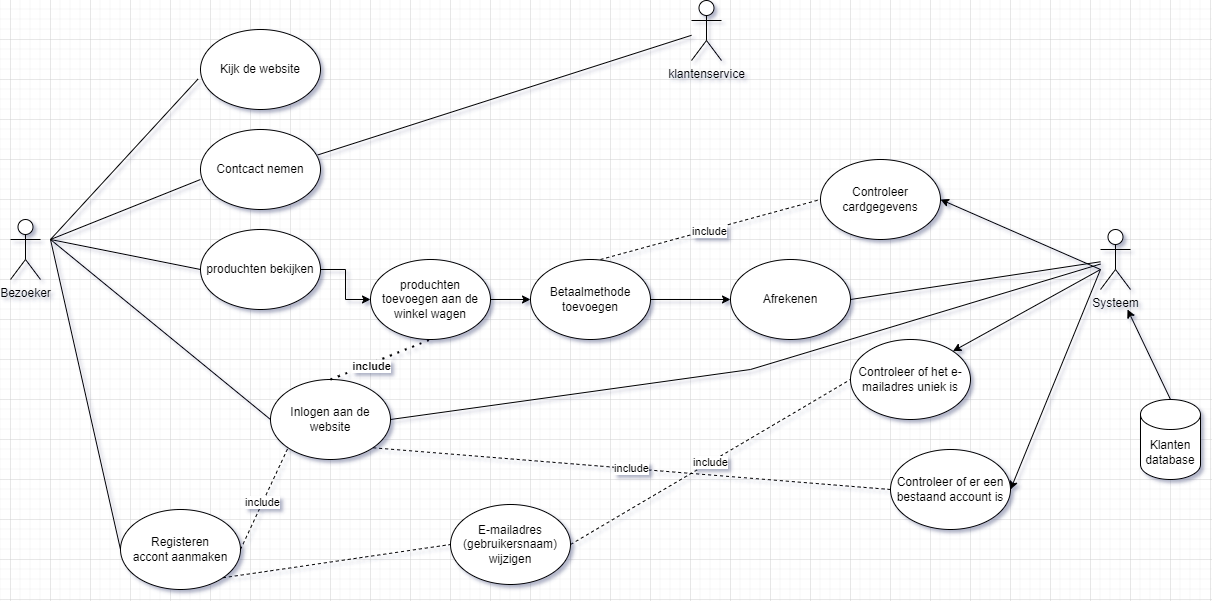
The draw.io diagram Documentation/Diagrammen/Usecasediagrammen.png in WhatABeatifulDuwang/UNeedIT, before a commit. Source tidied: cells renumbered, new cells last; positions are measured from the earlier drawing's top-left corner, leaving out a move shared by most shapes. The source it was exported from:
```xml
<mxGraphModel>
  <root>
    <mxCell id="0" />
    <mxCell id="1" parent="0" />
    <mxCell id="2" value="Bezoeker" style="shape=umlActor;verticalLabelPosition=bottom;verticalAlign=top;html=1;" parent="1" vertex="1">
      <mxGeometry y="219" width="30" height="60" as="geometry" />
    </mxCell>
    <mxCell id="3" value="Inlogen aan de website" style="ellipse;whiteSpace=wrap;html=1;" parent="1" vertex="1">
      <mxGeometry x="260" y="379" width="120" height="80" as="geometry" />
    </mxCell>
    <mxCell id="4" style="edgeStyle=orthogonalEdgeStyle;rounded=0;jettySize=auto;html=1;entryX=0;entryY=0.5;entryDx=0;entryDy=0;" parent="1" edge="1" source="32" target="15">
      <mxGeometry relative="1" as="geometry" />
    </mxCell>
    <mxCell id="5" value="produchten toevoegen aan de winkel wagen" style="ellipse;whiteSpace=wrap;html=1;" parent="1" vertex="1">
      <mxGeometry x="360" y="259" width="120" height="80" as="geometry" />
    </mxCell>
    <mxCell id="6" value="Contcact nemen" style="ellipse;whiteSpace=wrap;html=1;" parent="1" vertex="1">
      <mxGeometry x="190" y="129" width="120" height="80" as="geometry" />
    </mxCell>
    <mxCell id="7" value="Kijk de website" style="ellipse;whiteSpace=wrap;html=1;" parent="1" vertex="1">
      <mxGeometry x="190" y="29" width="120" height="80" as="geometry" />
    </mxCell>
    <mxCell id="8" style="endArrow=none;html=1;rounded=0;entryX=-0.02;entryY=0.618;entryDx=0;entryDy=0;entryPerimeter=0;" parent="1" edge="1" target="7">
      <mxGeometry relative="1" as="geometry">
        <mxPoint x="40" y="239" as="sourcePoint" />
      </mxGeometry>
    </mxCell>
    <mxCell id="9" style="endArrow=none;html=1;rounded=0;" parent="1" edge="1">
      <mxGeometry relative="1" as="geometry">
        <mxPoint x="40" y="239" as="sourcePoint" />
        <mxPoint x="190" y="179" as="targetPoint" />
      </mxGeometry>
    </mxCell>
    <mxCell id="10" value="klantenservice" style="shape=umlActor;verticalLabelPosition=bottom;verticalAlign=top;html=1;outlineConnect=0;" parent="1" vertex="1">
      <mxGeometry x="681" width="30" height="60" as="geometry" />
    </mxCell>
    <mxCell id="11" style="endArrow=none;html=1;rounded=0;exitX=0.977;exitY=0.318;exitDx=0;exitDy=0;exitPerimeter=0;" parent="1" edge="1" source="6" target="10">
      <mxGeometry relative="1" as="geometry" />
    </mxCell>
    <mxCell id="12" style="edgeStyle=orthogonalEdgeStyle;rounded=0;jettySize=auto;html=1;exitX=1;exitY=0.5;exitDx=0;exitDy=0;entryX=0;entryY=0.5;entryDx=0;entryDy=0;" parent="1" edge="1" source="13" target="5">
      <mxGeometry relative="1" as="geometry" />
    </mxCell>
    <mxCell id="13" value="produchten bekijken" style="ellipse;whiteSpace=wrap;html=1;" parent="1" vertex="1">
      <mxGeometry x="190" y="229" width="120" height="80" as="geometry" />
    </mxCell>
    <mxCell id="14" style="endArrow=none;html=1;rounded=0;entryX=0;entryY=0.5;entryDx=0;entryDy=0;" parent="1" edge="1" target="13">
      <mxGeometry relative="1" as="geometry">
        <mxPoint x="40" y="239" as="sourcePoint" />
      </mxGeometry>
    </mxCell>
    <mxCell id="15" value="Afrekenen" style="ellipse;whiteSpace=wrap;html=1;" parent="1" vertex="1">
      <mxGeometry x="720" y="259" width="120" height="80" as="geometry" />
    </mxCell>
    <mxCell id="16" style="endArrow=none;dashed=1;html=1;dashPattern=1 3;strokeWidth=2;rounded=0;exitX=0.5;exitY=0;exitDx=0;exitDy=0;entryX=0.5;entryY=1;entryDx=0;entryDy=0;" parent="1" edge="1" source="3" target="5">
      <mxGeometry relative="1" as="geometry" />
    </mxCell>
    <mxCell id="17" value="&lt;b&gt;include&lt;/b&gt;" style="edgeLabel;html=1;align=center;verticalAlign=middle;" parent="16" vertex="1">
      <mxGeometry x="-0.24" y="-2" relative="1" as="geometry" />
    </mxCell>
    <mxCell id="18" style="endArrow=none;html=1;rounded=0;exitX=0;exitY=0.5;exitDx=0;exitDy=0;" parent="1" edge="1" source="3">
      <mxGeometry relative="1" as="geometry">
        <mxPoint x="40" y="239" as="targetPoint" />
      </mxGeometry>
    </mxCell>
    <mxCell id="19" value="Registeren&lt;div&gt;accont aanmaken&lt;/div&gt;" style="ellipse;whiteSpace=wrap;html=1;" parent="1" vertex="1">
      <mxGeometry x="110" y="509" width="120" height="80" as="geometry" />
    </mxCell>
    <mxCell id="20" value="Controleer cardgegevens" style="ellipse;whiteSpace=wrap;html=1;" parent="1" vertex="1">
      <mxGeometry x="810" y="159" width="120" height="80" as="geometry" />
    </mxCell>
    <mxCell id="21" style="endArrow=none;html=1;rounded=0;exitX=0;exitY=0.5;exitDx=0;exitDy=0;" parent="1" edge="1" source="19">
      <mxGeometry relative="1" as="geometry">
        <mxPoint x="40" y="239" as="targetPoint" />
      </mxGeometry>
    </mxCell>
    <mxCell id="22" style="endArrow=none;dashed=1;html=1;rounded=0;exitX=1;exitY=0.5;exitDx=0;exitDy=0;entryX=0;entryY=1;entryDx=0;entryDy=0;" parent="1" edge="1" source="19" target="3">
      <mxGeometry relative="1" as="geometry" />
    </mxCell>
    <mxCell id="23" value="include" style="edgeLabel;html=1;align=center;verticalAlign=middle;" parent="22" vertex="1">
      <mxGeometry x="-0.07" y="1" relative="1" as="geometry" />
    </mxCell>
    <mxCell id="24" value="Systeem" style="shape=umlActor;verticalLabelPosition=bottom;verticalAlign=top;html=1;outlineConnect=0;" parent="1" vertex="1">
      <mxGeometry x="1090" y="229" width="30" height="60" as="geometry" />
    </mxCell>
    <mxCell id="25" style="endArrow=none;html=1;rounded=0;exitX=1;exitY=0.5;exitDx=0;exitDy=0;" parent="1" edge="1" source="15" target="24">
      <mxGeometry relative="1" as="geometry" />
    </mxCell>
    <mxCell id="26" value="Controleer of het e-mailadres uniek is" style="ellipse;whiteSpace=wrap;html=1;" parent="1" vertex="1">
      <mxGeometry x="840" y="339" width="120" height="80" as="geometry" />
    </mxCell>
    <mxCell id="27" value="Controleer of er een bestaand account is" style="ellipse;whiteSpace=wrap;html=1;" parent="1" vertex="1">
      <mxGeometry x="880" y="449" width="120" height="80" as="geometry" />
    </mxCell>
    <mxCell id="28" style="endArrow=none;html=1;rounded=0;exitX=1;exitY=0.5;exitDx=0;exitDy=0;" parent="1" edge="1" source="3" target="24">
      <mxGeometry relative="1" as="geometry">
        <Array as="points">
          <mxPoint x="740" y="369" />
        </Array>
      </mxGeometry>
    </mxCell>
    <mxCell id="29" style="endArrow=classic;html=1;rounded=0;entryX=1;entryY=0;entryDx=0;entryDy=0;" parent="1" edge="1" target="26">
      <mxGeometry relative="1" as="geometry">
        <mxPoint x="1090" y="269" as="sourcePoint" />
      </mxGeometry>
    </mxCell>
    <mxCell id="30" value="include" style="endArrow=none;dashed=1;html=1;rounded=0;entryX=1;entryY=1;entryDx=0;entryDy=0;exitX=0;exitY=0.5;exitDx=0;exitDy=0;" parent="1" edge="1" source="27" target="3">
      <mxGeometry relative="1" as="geometry" />
    </mxCell>
    <mxCell id="31" style="edgeStyle=orthogonalEdgeStyle;rounded=0;jettySize=auto;html=1;entryX=0;entryY=0.5;entryDx=0;entryDy=0;" parent="1" edge="1" source="5" target="32">
      <mxGeometry relative="1" as="geometry" />
    </mxCell>
    <mxCell id="32" value="Betaalmethode toevoegen" style="ellipse;whiteSpace=wrap;html=1;" parent="1" vertex="1">
      <mxGeometry x="520" y="259" width="120" height="80" as="geometry" />
    </mxCell>
    <mxCell id="33" style="endArrow=none;dashed=1;html=1;rounded=0;entryX=0;entryY=0.5;entryDx=0;entryDy=0;" parent="1" edge="1" target="20">
      <mxGeometry relative="1" as="geometry">
        <mxPoint x="590" y="259" as="sourcePoint" />
      </mxGeometry>
    </mxCell>
    <mxCell id="34" value="include" style="edgeLabel;html=1;align=center;verticalAlign=middle;" parent="33" vertex="1">
      <mxGeometry x="-0.01" y="-1" relative="1" as="geometry" />
    </mxCell>
    <mxCell id="35" style="endArrow=classic;html=1;rounded=0;entryX=1;entryY=0.5;entryDx=0;entryDy=0;" parent="1" edge="1" target="20">
      <mxGeometry relative="1" as="geometry">
        <mxPoint x="1090" y="269" as="sourcePoint" />
      </mxGeometry>
    </mxCell>
    <mxCell id="36" style="endArrow=classic;html=1;rounded=0;entryX=1;entryY=0.5;entryDx=0;entryDy=0;" parent="1" edge="1" target="27">
      <mxGeometry relative="1" as="geometry">
        <mxPoint x="1090" y="269" as="sourcePoint" />
      </mxGeometry>
    </mxCell>
    <mxCell id="37" value="include" style="endArrow=none;dashed=1;html=1;rounded=0;exitX=1;exitY=0.5;exitDx=0;exitDy=0;entryX=0;entryY=0.5;entryDx=0;entryDy=0;" parent="1" edge="1" source="39" target="26">
      <mxGeometry relative="1" as="geometry" />
    </mxCell>
    <mxCell id="38" style="endArrow=none;dashed=1;html=1;rounded=0;exitX=1;exitY=1;exitDx=0;exitDy=0;entryX=0;entryY=0.5;entryDx=0;entryDy=0;" parent="1" edge="1" source="19" target="39">
      <mxGeometry relative="1" as="geometry" />
    </mxCell>
    <mxCell id="39" value="E-mailadres (gebruikersnaam) wijzigen" style="ellipse;whiteSpace=wrap;html=1;" parent="1" vertex="1">
      <mxGeometry x="440" y="504" width="120" height="80" as="geometry" />
    </mxCell>
    <mxCell id="40" value="Klanten database" style="shape=cylinder3;whiteSpace=wrap;html=1;boundedLbl=1;backgroundOutline=1;size=15;" parent="1" vertex="1">
      <mxGeometry x="1130" y="399" width="60" height="80" as="geometry" />
    </mxCell>
    <mxCell id="41" style="endArrow=classic;html=1;rounded=0;" parent="1" edge="1">
      <mxGeometry relative="1" as="geometry">
        <mxPoint x="1160" y="399" as="sourcePoint" />
        <mxPoint x="1117" y="309" as="targetPoint" />
      </mxGeometry>
    </mxCell>
  </root>
</mxGraphModel>
```
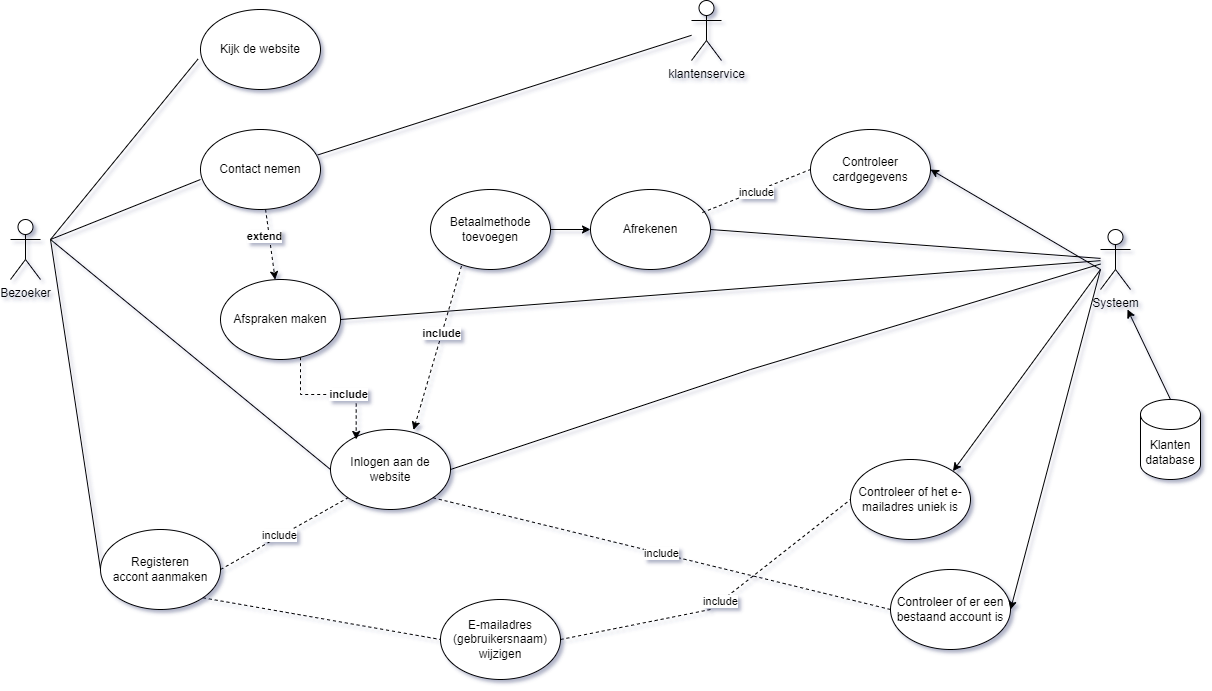
The same diagram one commit later.

The edit, as a diff of the source:
```diff
@@ -6,19 +6,16 @@
       <mxGeometry y="219" width="30" height="60" as="geometry" />
     </mxCell>
     <mxCell id="3" value="Inlogen aan de website" style="ellipse;whiteSpace=wrap;html=1;" parent="1" vertex="1">
-      <mxGeometry x="260" y="379" width="120" height="80" as="geometry" />
+      <mxGeometry x="320" y="429" width="120" height="80" as="geometry" />
     </mxCell>
     <mxCell id="4" style="edgeStyle=orthogonalEdgeStyle;rounded=0;jettySize=auto;html=1;entryX=0;entryY=0.5;entryDx=0;entryDy=0;" parent="1" edge="1" source="32" target="15">
       <mxGeometry relative="1" as="geometry" />
     </mxCell>
-    <mxCell id="5" value="produchten toevoegen aan de winkel wagen" style="ellipse;whiteSpace=wrap;html=1;" parent="1" vertex="1">
-      <mxGeometry x="360" y="259" width="120" height="80" as="geometry" />
-    </mxCell>
-    <mxCell id="6" value="Contcact nemen" style="ellipse;whiteSpace=wrap;html=1;" parent="1" vertex="1">
+    <mxCell id="6" value="Contact nemen" style="ellipse;whiteSpace=wrap;html=1;" parent="1" vertex="1">
       <mxGeometry x="190" y="129" width="120" height="80" as="geometry" />
     </mxCell>
     <mxCell id="7" value="Kijk de website" style="ellipse;whiteSpace=wrap;html=1;" parent="1" vertex="1">
-      <mxGeometry x="190" y="29" width="120" height="80" as="geometry" />
+      <mxGeometry x="190" y="9" width="120" height="80" as="geometry" />
     </mxCell>
     <mxCell id="8" style="endArrow=none;html=1;rounded=0;entryX=-0.02;entryY=0.618;entryDx=0;entryDy=0;entryPerimeter=0;" parent="1" edge="1" target="7">
       <mxGeometry relative="1" as="geometry">
@@ -37,36 +34,19 @@
     <mxCell id="11" style="endArrow=none;html=1;rounded=0;exitX=0.977;exitY=0.318;exitDx=0;exitDy=0;exitPerimeter=0;" parent="1" edge="1" source="6" target="10">
       <mxGeometry relative="1" as="geometry" />
     </mxCell>
-    <mxCell id="12" style="edgeStyle=orthogonalEdgeStyle;rounded=0;jettySize=auto;html=1;exitX=1;exitY=0.5;exitDx=0;exitDy=0;entryX=0;entryY=0.5;entryDx=0;entryDy=0;" parent="1" edge="1" source="13" target="5">
-      <mxGeometry relative="1" as="geometry" />
-    </mxCell>
-    <mxCell id="13" value="produchten bekijken" style="ellipse;whiteSpace=wrap;html=1;" parent="1" vertex="1">
-      <mxGeometry x="190" y="229" width="120" height="80" as="geometry" />
-    </mxCell>
-    <mxCell id="14" style="endArrow=none;html=1;rounded=0;entryX=0;entryY=0.5;entryDx=0;entryDy=0;" parent="1" edge="1" target="13">
-      <mxGeometry relative="1" as="geometry">
-        <mxPoint x="40" y="239" as="sourcePoint" />
-      </mxGeometry>
-    </mxCell>
     <mxCell id="15" value="Afrekenen" style="ellipse;whiteSpace=wrap;html=1;" parent="1" vertex="1">
-      <mxGeometry x="720" y="259" width="120" height="80" as="geometry" />
+      <mxGeometry x="580" y="189" width="120" height="80" as="geometry" />
     </mxCell>
-    <mxCell id="16" style="endArrow=none;dashed=1;html=1;dashPattern=1 3;strokeWidth=2;rounded=0;exitX=0.5;exitY=0;exitDx=0;exitDy=0;entryX=0.5;entryY=1;entryDx=0;entryDy=0;" parent="1" edge="1" source="3" target="5">
-      <mxGeometry relative="1" as="geometry" />
-    </mxCell>
-    <mxCell id="17" value="&lt;b&gt;include&lt;/b&gt;" style="edgeLabel;html=1;align=center;verticalAlign=middle;" parent="16" vertex="1">
-      <mxGeometry x="-0.24" y="-2" relative="1" as="geometry" />
-    </mxCell>
     <mxCell id="18" style="endArrow=none;html=1;rounded=0;exitX=0;exitY=0.5;exitDx=0;exitDy=0;" parent="1" edge="1" source="3">
       <mxGeometry relative="1" as="geometry">
         <mxPoint x="40" y="239" as="targetPoint" />
       </mxGeometry>
     </mxCell>
     <mxCell id="19" value="Registeren&lt;div&gt;accont aanmaken&lt;/div&gt;" style="ellipse;whiteSpace=wrap;html=1;" parent="1" vertex="1">
-      <mxGeometry x="110" y="509" width="120" height="80" as="geometry" />
+      <mxGeometry x="90" y="529" width="120" height="80" as="geometry" />
     </mxCell>
     <mxCell id="20" value="Controleer cardgegevens" style="ellipse;whiteSpace=wrap;html=1;" parent="1" vertex="1">
-      <mxGeometry x="810" y="159" width="120" height="80" as="geometry" />
+      <mxGeometry x="800" y="129" width="120" height="80" as="geometry" />
     </mxCell>
     <mxCell id="21" style="endArrow=none;html=1;rounded=0;exitX=0;exitY=0.5;exitDx=0;exitDy=0;" parent="1" edge="1" source="19">
       <mxGeometry relative="1" as="geometry">
@@ -86,10 +66,10 @@
       <mxGeometry relative="1" as="geometry" />
     </mxCell>
     <mxCell id="26" value="Controleer of het e-mailadres uniek is" style="ellipse;whiteSpace=wrap;html=1;" parent="1" vertex="1">
-      <mxGeometry x="840" y="339" width="120" height="80" as="geometry" />
+      <mxGeometry x="840" y="459" width="120" height="80" as="geometry" />
     </mxCell>
     <mxCell id="27" value="Controleer of er een bestaand account is" style="ellipse;whiteSpace=wrap;html=1;" parent="1" vertex="1">
-      <mxGeometry x="880" y="449" width="120" height="80" as="geometry" />
+      <mxGeometry x="880" y="569" width="120" height="80" as="geometry" />
     </mxCell>
     <mxCell id="28" style="endArrow=none;html=1;rounded=0;exitX=1;exitY=0.5;exitDx=0;exitDy=0;" parent="1" edge="1" source="3" target="24">
       <mxGeometry relative="1" as="geometry">
@@ -106,16 +86,11 @@
     <mxCell id="30" value="include" style="endArrow=none;dashed=1;html=1;rounded=0;entryX=1;entryY=1;entryDx=0;entryDy=0;exitX=0;exitY=0.5;exitDx=0;exitDy=0;" parent="1" edge="1" source="27" target="3">
       <mxGeometry relative="1" as="geometry" />
     </mxCell>
-    <mxCell id="31" style="edgeStyle=orthogonalEdgeStyle;rounded=0;jettySize=auto;html=1;entryX=0;entryY=0.5;entryDx=0;entryDy=0;" parent="1" edge="1" source="5" target="32">
-      <mxGeometry relative="1" as="geometry" />
-    </mxCell>
     <mxCell id="32" value="Betaalmethode toevoegen" style="ellipse;whiteSpace=wrap;html=1;" parent="1" vertex="1">
-      <mxGeometry x="520" y="259" width="120" height="80" as="geometry" />
+      <mxGeometry x="420" y="189" width="120" height="80" as="geometry" />
     </mxCell>
-    <mxCell id="33" style="endArrow=none;dashed=1;html=1;rounded=0;entryX=0;entryY=0.5;entryDx=0;entryDy=0;" parent="1" edge="1" target="20">
-      <mxGeometry relative="1" as="geometry">
-        <mxPoint x="590" y="259" as="sourcePoint" />
-      </mxGeometry>
+    <mxCell id="33" style="endArrow=none;dashed=1;html=1;rounded=0;entryX=0;entryY=0.5;entryDx=0;entryDy=0;exitX=0.932;exitY=0.288;exitDx=0;exitDy=0;exitPerimeter=0;" parent="1" edge="1" source="15" target="20">
+      <mxGeometry relative="1" as="geometry" />
     </mxCell>
     <mxCell id="34" value="include" style="edgeLabel;html=1;align=center;verticalAlign=middle;" parent="33" vertex="1">
       <mxGeometry x="-0.01" y="-1" relative="1" as="geometry" />
@@ -131,13 +106,17 @@
       </mxGeometry>
     </mxCell>
     <mxCell id="37" value="include" style="endArrow=none;dashed=1;html=1;rounded=0;exitX=1;exitY=0.5;exitDx=0;exitDy=0;entryX=0;entryY=0.5;entryDx=0;entryDy=0;" parent="1" edge="1" source="39" target="26">
-      <mxGeometry relative="1" as="geometry" />
+      <mxGeometry relative="1" as="geometry">
+        <Array as="points">
+          <mxPoint x="700" y="609" />
+        </Array>
+      </mxGeometry>
     </mxCell>
     <mxCell id="38" style="endArrow=none;dashed=1;html=1;rounded=0;exitX=1;exitY=1;exitDx=0;exitDy=0;entryX=0;entryY=0.5;entryDx=0;entryDy=0;" parent="1" edge="1" source="19" target="39">
       <mxGeometry relative="1" as="geometry" />
     </mxCell>
     <mxCell id="39" value="E-mailadres (gebruikersnaam) wijzigen" style="ellipse;whiteSpace=wrap;html=1;" parent="1" vertex="1">
-      <mxGeometry x="440" y="504" width="120" height="80" as="geometry" />
+      <mxGeometry x="430" y="599" width="120" height="80" as="geometry" />
     </mxCell>
     <mxCell id="40" value="Klanten database" style="shape=cylinder3;whiteSpace=wrap;html=1;boundedLbl=1;backgroundOutline=1;size=15;" parent="1" vertex="1">
       <mxGeometry x="1130" y="399" width="60" height="80" as="geometry" />
@@ -148,5 +127,36 @@
         <mxPoint x="1117" y="309" as="targetPoint" />
       </mxGeometry>
     </mxCell>
+    <mxCell id="42" value="Afspraken maken" style="ellipse;whiteSpace=wrap;html=1;" parent="1" vertex="1">
+      <mxGeometry x="210" y="279" width="120" height="80" as="geometry" />
+    </mxCell>
+    <mxCell id="43" style="endArrow=none;html=1;rounded=0;exitX=1;exitY=0.5;exitDx=0;exitDy=0;exitPerimeter=0;" parent="1" edge="1" source="42" target="24">
+      <mxGeometry relative="1" as="geometry" />
+    </mxCell>
+    <mxCell id="44" style="edgeStyle=orthogonalEdgeStyle;rounded=0;jettySize=auto;html=1;entryX=0.214;entryY=0.124;entryDx=0;entryDy=0;entryPerimeter=0;dashed=1;" parent="1" edge="1" source="42" target="3">
+      <mxGeometry relative="1" as="geometry">
+        <Array as="points">
+          <mxPoint x="290" y="394" />
+          <mxPoint x="346" y="394" />
+        </Array>
+      </mxGeometry>
+    </mxCell>
+    <mxCell id="45" value="&lt;b&gt;include&lt;/b&gt;" style="edgeLabel;html=1;align=center;verticalAlign=middle;" parent="44" vertex="1">
+      <mxGeometry x="0.23" y="1" relative="1" as="geometry" />
+    </mxCell>
+    <mxCell id="46" style="endArrow=classic;html=1;rounded=0;entryX=0.692;entryY=0.006;entryDx=0;entryDy=0;entryPerimeter=0;exitX=0.258;exitY=0.958;exitDx=0;exitDy=0;exitPerimeter=0;dashed=1;" parent="1" edge="1" source="32" target="3">
+      <mxGeometry relative="1" as="geometry" />
+    </mxCell>
+    <mxCell id="47" value="&lt;b&gt;include&lt;/b&gt;" style="edgeLabel;html=1;align=center;verticalAlign=middle;" parent="46" vertex="1">
+      <mxGeometry x="-0.18" y="-1" relative="1" as="geometry" />
+    </mxCell>
+    <mxCell id="48" style="endArrow=classic;html=1;rounded=0;dashed=1;" parent="1" edge="1" source="6" target="42">
+      <mxGeometry relative="1" as="geometry" />
+    </mxCell>
+    <mxCell id="49" value="&lt;b&gt;extend&lt;/b&gt;" style="edgeLabel;html=1;align=center;verticalAlign=middle;" parent="48" vertex="1">
+      <mxGeometry x="-0.29" y="-4" relative="1" as="geometry">
+        <mxPoint x="-1" y="1" as="offset" />
+      </mxGeometry>
+    </mxCell>
   </root>
 </mxGraphModel>
```
